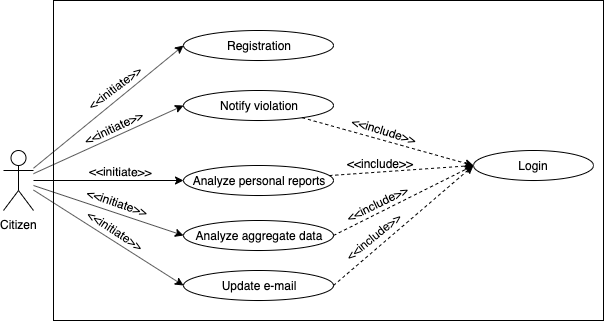
Earlier version of the draw.io export Documentation/RASD/Images/UML/UseCaseUser.png (AndreaFalanti/FalantiHuang-SwEngineering2). Source tidied: cells renumbered, new cells last; positions are measured from the earlier drawing's top-left corner, leaving out a move shared by most shapes. Its diagram source:
```xml
<mxGraphModel>
  <root>
    <mxCell id="0" />
    <mxCell id="1" parent="0" />
    <mxCell id="2" style="rounded=0;whiteSpace=wrap;html=1;fillColor=none;labelBackgroundColor=none;" parent="1" vertex="1">
      <mxGeometry x="50" width="550" height="320" as="geometry" />
    </mxCell>
    <mxCell id="3" style="rounded=0;jettySize=auto;html=1;entryX=0;entryY=0.5;entryDx=0;entryDy=0;labelBackgroundColor=none;" parent="1" edge="1" source="10" target="18">
      <mxGeometry relative="1" as="geometry" />
    </mxCell>
    <mxCell id="4" value="&amp;lt;&amp;lt;initiate&amp;gt;&amp;gt;" style="text;html=1;align=center;verticalAlign=middle;labelBackgroundColor=none;rotation=323;" parent="3" vertex="1">
      <mxGeometry x="0.19" y="-2" relative="1" as="geometry">
        <mxPoint x="-9.5" y="-9.5" as="offset" />
      </mxGeometry>
    </mxCell>
    <mxCell id="5" style="edgeStyle=none;rounded=0;jettySize=auto;html=1;labelBackgroundColor=none;entryX=0;entryY=0.5;entryDx=0;entryDy=0;" parent="1" edge="1" source="10" target="16">
      <mxGeometry relative="1" as="geometry" />
    </mxCell>
    <mxCell id="6" value="&amp;lt;&amp;lt;initiate&amp;gt;&amp;gt;" style="text;html=1;align=center;verticalAlign=middle;labelBackgroundColor=none;rotation=1;" parent="5" vertex="1">
      <mxGeometry x="0.25" y="5" relative="1" as="geometry">
        <mxPoint x="-7" y="-5" as="offset" />
      </mxGeometry>
    </mxCell>
    <mxCell id="7" style="edgeStyle=none;rounded=0;jettySize=auto;html=1;entryX=0;entryY=0.5;entryDx=0;entryDy=0;labelBackgroundColor=none;" parent="1" edge="1" source="10" target="21">
      <mxGeometry relative="1" as="geometry" />
    </mxCell>
    <mxCell id="8" value="&amp;lt;&amp;lt;initiate&amp;gt;&amp;gt;" style="text;html=1;align=center;verticalAlign=middle;labelBackgroundColor=none;rotation=19;" parent="7" vertex="1">
      <mxGeometry x="0.04" y="-2" relative="1" as="geometry">
        <mxPoint x="7.5" y="-11" as="offset" />
      </mxGeometry>
    </mxCell>
    <mxCell id="9" style="edgeStyle=none;rounded=0;jettySize=auto;html=1;entryX=0;entryY=0.5;entryDx=0;entryDy=0;" parent="1" edge="1" source="10" target="25">
      <mxGeometry relative="1" as="geometry" />
    </mxCell>
    <mxCell id="10" value="Citizen" style="shape=umlActor;verticalLabelPosition=bottom;labelBackgroundColor=none;verticalAlign=top;html=1;outlineConnect=0;" parent="1" vertex="1">
      <mxGeometry y="150" width="30" height="60" as="geometry" />
    </mxCell>
    <mxCell id="11" style="edgeStyle=none;rounded=0;jettySize=auto;html=1;entryX=0;entryY=0.5;entryDx=0;entryDy=0;dashed=1;labelBackgroundColor=none;" parent="1" edge="1" source="13" target="17">
      <mxGeometry relative="1" as="geometry" />
    </mxCell>
    <mxCell id="12" value="&amp;lt;&amp;lt;include&amp;gt;&amp;gt;" style="text;html=1;align=center;verticalAlign=middle;labelBackgroundColor=none;rotation=17;" parent="11" vertex="1">
      <mxGeometry x="-0.2" y="2" relative="1" as="geometry">
        <mxPoint x="13" y="-5" as="offset" />
      </mxGeometry>
    </mxCell>
    <mxCell id="13" value="Notify violation" style="ellipse;whiteSpace=wrap;html=1;fillColor=none;labelBackgroundColor=none;" parent="1" vertex="1">
      <mxGeometry x="180" y="90" width="150" height="30" as="geometry" />
    </mxCell>
    <mxCell id="14" style="edgeStyle=none;rounded=0;jettySize=auto;html=1;entryX=0;entryY=0.5;entryDx=0;entryDy=0;dashed=1;labelBackgroundColor=none;" parent="1" edge="1" source="16" target="17">
      <mxGeometry relative="1" as="geometry" />
    </mxCell>
    <mxCell id="15" value="&amp;lt;&amp;lt;include&amp;gt;&amp;gt;" style="text;html=1;align=center;verticalAlign=middle;labelBackgroundColor=none;" parent="14" vertex="1">
      <mxGeometry x="-0.54" y="2" relative="1" as="geometry">
        <mxPoint x="18" y="-8" as="offset" />
      </mxGeometry>
    </mxCell>
    <mxCell id="16" value="Analyze personal reports" style="ellipse;whiteSpace=wrap;html=1;fillColor=none;labelBackgroundColor=none;" parent="1" vertex="1">
      <mxGeometry x="180" y="165" width="150" height="30" as="geometry" />
    </mxCell>
    <mxCell id="17" value="Login" style="ellipse;whiteSpace=wrap;html=1;fillColor=none;labelBackgroundColor=none;" parent="1" vertex="1">
      <mxGeometry x="470" y="150" width="120" height="30" as="geometry" />
    </mxCell>
    <mxCell id="18" value="Registration" style="ellipse;whiteSpace=wrap;html=1;fillColor=none;labelBackgroundColor=none;" parent="1" vertex="1">
      <mxGeometry x="180" y="30" width="150" height="30" as="geometry" />
    </mxCell>
    <mxCell id="19" style="edgeStyle=none;rounded=0;jettySize=auto;html=1;entryX=0;entryY=0.5;entryDx=0;entryDy=0;dashed=1;labelBackgroundColor=none;exitX=1;exitY=0.5;exitDx=0;exitDy=0;" parent="1" edge="1" source="21" target="17">
      <mxGeometry relative="1" as="geometry" />
    </mxCell>
    <mxCell id="20" value="&amp;lt;&amp;lt;include&amp;gt;&amp;gt;" style="text;html=1;align=center;verticalAlign=middle;labelBackgroundColor=#ffffff;rotation=334;" parent="19" vertex="1">
      <mxGeometry x="-0.26" relative="1" as="geometry">
        <mxPoint x="-8.5" y="-6" as="offset" />
      </mxGeometry>
    </mxCell>
    <mxCell id="21" value="Analyze aggregate data" style="ellipse;whiteSpace=wrap;html=1;fillColor=none;labelBackgroundColor=none;" parent="1" vertex="1">
      <mxGeometry x="180" y="220" width="150" height="30" as="geometry" />
    </mxCell>
    <mxCell id="22" style="edgeStyle=none;rounded=0;jettySize=auto;entryX=0;entryY=0.5;entryDx=0;entryDy=0;html=1;verticalAlign=bottom;spacingRight=0;snapToPoint=0;fixDash=0;noJump=0;textDirection=ltr;labelBackgroundColor=none;" parent="1" edge="1" source="10" target="13">
      <mxGeometry relative="1" as="geometry" />
    </mxCell>
    <mxCell id="23" value="&amp;lt;&amp;lt;initiate&amp;gt;&amp;gt;" style="text;html=1;align=center;verticalAlign=middle;labelBackgroundColor=none;rotation=335;" parent="22" vertex="1">
      <mxGeometry x="0.44" y="1" relative="1" as="geometry">
        <mxPoint x="-28.5" y="4" as="offset" />
      </mxGeometry>
    </mxCell>
    <mxCell id="24" style="edgeStyle=none;rounded=0;jettySize=auto;html=1;entryX=0;entryY=0.5;entryDx=0;entryDy=0;exitX=1;exitY=0.5;exitDx=0;exitDy=0;dashed=1;" parent="1" edge="1" source="25" target="17">
      <mxGeometry relative="1" as="geometry" />
    </mxCell>
    <mxCell id="25" value="Update e-mail" style="ellipse;whiteSpace=wrap;html=1;fillColor=none;labelBackgroundColor=none;" parent="1" vertex="1">
      <mxGeometry x="180" y="270" width="150" height="30" as="geometry" />
    </mxCell>
    <mxCell id="26" value="&amp;lt;&amp;lt;initiate&amp;gt;&amp;gt;" style="text;html=1;align=center;verticalAlign=middle;labelBackgroundColor=none;rotation=33;" parent="1" vertex="1">
      <mxGeometry x="100.2" y="234.8" as="geometry">
        <mxPoint x="7.5" y="-11" as="offset" />
      </mxGeometry>
    </mxCell>
    <mxCell id="27" value="&amp;lt;&amp;lt;include&amp;gt;&amp;gt;" style="text;html=1;align=center;verticalAlign=middle;labelBackgroundColor=#ffffff;rotation=321;" parent="1" vertex="1">
      <mxGeometry x="379.9" y="235.1" as="geometry">
        <mxPoint x="-8.5" y="-6" as="offset" />
      </mxGeometry>
    </mxCell>
  </root>
</mxGraphModel>
```
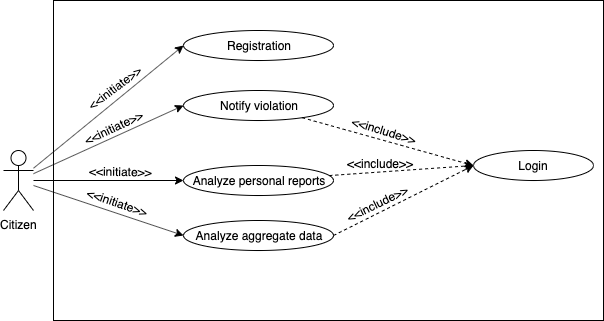
The same diagram one commit later.

What changed in the source:
```diff
@@ -29,9 +29,6 @@
         <mxPoint x="7.5" y="-11" as="offset" />
       </mxGeometry>
     </mxCell>
-    <mxCell id="9" style="edgeStyle=none;rounded=0;jettySize=auto;html=1;entryX=0;entryY=0.5;entryDx=0;entryDy=0;" parent="1" edge="1" source="10" target="25">
-      <mxGeometry relative="1" as="geometry" />
-    </mxCell>
     <mxCell id="10" value="Citizen" style="shape=umlActor;verticalLabelPosition=bottom;labelBackgroundColor=none;verticalAlign=top;html=1;outlineConnect=0;" parent="1" vertex="1">
       <mxGeometry y="150" width="30" height="60" as="geometry" />
     </mxCell>
@@ -82,21 +79,5 @@
         <mxPoint x="-28.5" y="4" as="offset" />
       </mxGeometry>
     </mxCell>
-    <mxCell id="24" style="edgeStyle=none;rounded=0;jettySize=auto;html=1;entryX=0;entryY=0.5;entryDx=0;entryDy=0;exitX=1;exitY=0.5;exitDx=0;exitDy=0;dashed=1;" parent="1" edge="1" source="25" target="17">
-      <mxGeometry relative="1" as="geometry" />
-    </mxCell>
-    <mxCell id="25" value="Update e-mail" style="ellipse;whiteSpace=wrap;html=1;fillColor=none;labelBackgroundColor=none;" parent="1" vertex="1">
-      <mxGeometry x="180" y="270" width="150" height="30" as="geometry" />
-    </mxCell>
-    <mxCell id="26" value="&amp;lt;&amp;lt;initiate&amp;gt;&amp;gt;" style="text;html=1;align=center;verticalAlign=middle;labelBackgroundColor=none;rotation=33;" parent="1" vertex="1">
-      <mxGeometry x="100.2" y="234.8" as="geometry">
-        <mxPoint x="7.5" y="-11" as="offset" />
-      </mxGeometry>
-    </mxCell>
-    <mxCell id="27" value="&amp;lt;&amp;lt;include&amp;gt;&amp;gt;" style="text;html=1;align=center;verticalAlign=middle;labelBackgroundColor=#ffffff;rotation=321;" parent="1" vertex="1">
-      <mxGeometry x="379.9" y="235.1" as="geometry">
-        <mxPoint x="-8.5" y="-6" as="offset" />
-      </mxGeometry>
-    </mxCell>
   </root>
 </mxGraphModel>
```
